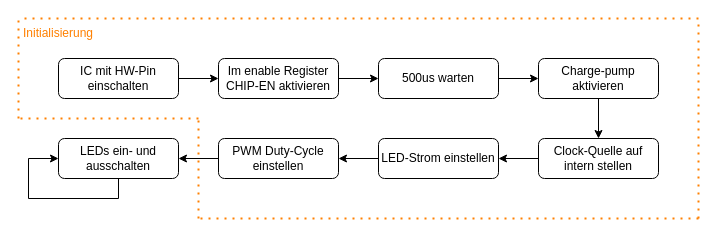
Froster2406/BAT2024 keeps this draw.io diagram as Dokumentation/images/BAT_Flussdiagramm_I2C_V2.drawio. Above is the earlier version. Source tidied: cells renumbered, new cells numbered last; positions are measured from the earlier drawing's top-left corner, leaving out a move shared by most shapes. Both pictures are drawn from the tidied source at 100%, with x=0, y=0 at pixel (18, 18).
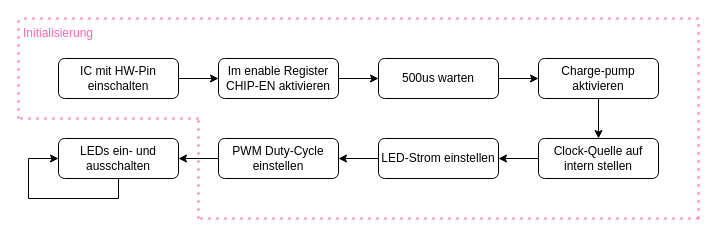
The same diagram, later.

What changed in the source:
```diff
@@
-    <mxCell id="18" style="endArrow=none;dashed=1;html=1;dashPattern=1 3;strokeWidth=2;rounded=0;strokeColor=#FF8000;" parent="1" edge="1">
+    <mxCell id="18" style="endArrow=none;dashed=1;html=1;dashPattern=1 3;strokeWidth=2;rounded=0;strokeColor=#FF66B3;" parent="1" edge="1">
       <mxGeometry relative="1" as="geometry">
         <mxPoint y="100" as="sourcePoint" />
         <mxPoint as="targetPoint" />
       </mxGeometry>
     </mxCell>
-    <mxCell id="19" style="endArrow=none;dashed=1;html=1;dashPattern=1 3;strokeWidth=2;rounded=0;strokeColor=#FF8000;" parent="1" edge="1">
+    <mxCell id="19" style="endArrow=none;dashed=1;html=1;dashPattern=1 3;strokeWidth=2;rounded=0;strokeColor=#FF66B3;fontColor=#FF66B3;" parent="1" edge="1">
       <mxGeometry relative="1" as="geometry">
         <mxPoint x="680" as="sourcePoint" />
         <mxPoint as="targetPoint" />
       </mxGeometry>
     </mxCell>
-    <mxCell id="20" style="endArrow=none;dashed=1;html=1;dashPattern=1 3;strokeWidth=2;rounded=0;strokeColor=#FF8000;" parent="1" edge="1">
+    <mxCell id="20" style="endArrow=none;dashed=1;html=1;dashPattern=1 3;strokeWidth=2;rounded=0;strokeColor=#FF66B3;fontColor=#FF66B3;" parent="1" edge="1">
       <mxGeometry relative="1" as="geometry">
         <mxPoint x="680" y="200" as="sourcePoint" />
         <mxPoint x="180" y="200" as="targetPoint" />
       </mxGeometry>
     </mxCell>
-    <mxCell id="21" style="endArrow=none;dashed=1;html=1;dashPattern=1 3;strokeWidth=2;rounded=0;strokeColor=#FF8000;" parent="1" edge="1">
+    <mxCell id="21" style="endArrow=none;dashed=1;html=1;dashPattern=1 3;strokeWidth=2;rounded=0;strokeColor=#FF66B3;fontColor=#FF66B3;" parent="1" edge="1">
       <mxGeometry relative="1" as="geometry">
         <mxPoint x="680" y="200" as="sourcePoint" />
         <mxPoint x="680" as="targetPoint" />
       </mxGeometry>
     </mxCell>
-    <mxCell id="22" style="endArrow=none;dashed=1;html=1;dashPattern=1 3;strokeWidth=2;rounded=0;strokeColor=#FF8000;" parent="1" edge="1">
+    <mxCell id="22" style="endArrow=none;dashed=1;html=1;dashPattern=1 3;strokeWidth=2;rounded=0;strokeColor=#FF66B3;" parent="1" edge="1">
       <mxGeometry relative="1" as="geometry">
         <mxPoint x="180" y="200" as="sourcePoint" />
         <mxPoint x="180" y="100" as="targetPoint" />
       </mxGeometry>
     </mxCell>
-    <mxCell id="23" style="endArrow=none;dashed=1;html=1;dashPattern=1 3;strokeWidth=2;rounded=0;strokeColor=#FF8000;" parent="1" edge="1">
+    <mxCell id="23" style="endArrow=none;dashed=1;html=1;dashPattern=1 3;strokeWidth=2;rounded=0;strokeColor=#FF66B3;" parent="1" edge="1">
       <mxGeometry relative="1" as="geometry">
         <mxPoint x="180" y="100" as="sourcePoint" />
         <mxPoint y="100" as="targetPoint" />
       </mxGeometry>
     </mxCell>
-    <mxCell id="24" value="Initialisierung" style="text;html=1;strokeColor=none;fillColor=none;align=center;verticalAlign=middle;whiteSpace=wrap;rounded=0;fontColor=#FF8000;" parent="1" vertex="1">
+    <mxCell id="24" value="Initialisierung" style="text;html=1;strokeColor=none;fillColor=none;align=center;verticalAlign=middle;whiteSpace=wrap;rounded=0;fontColor=#FF66B3;" parent="1" vertex="1">
       <mxGeometry width="80" height="30" as="geometry" />
     </mxCell>
```
